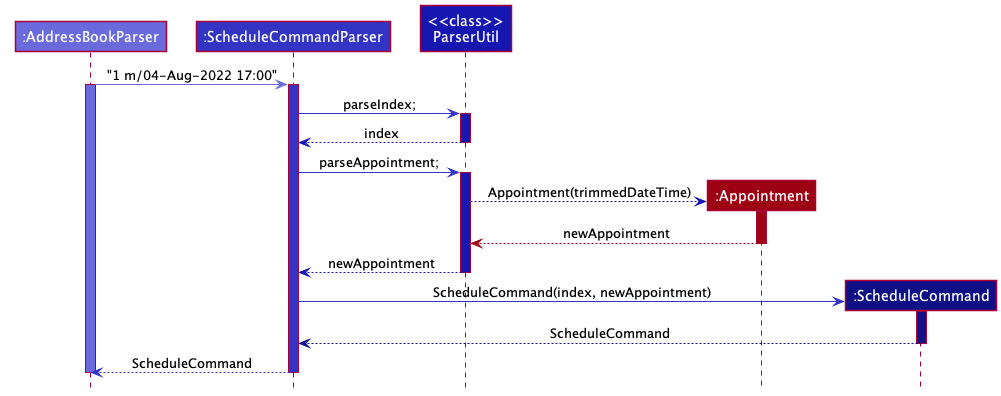
nus-cs2103-AY2122S1/tp keeps this PlantUML diagram as docs/images/ScheduleCommandParserSequenceDiagram.png. Above is the earlier version.
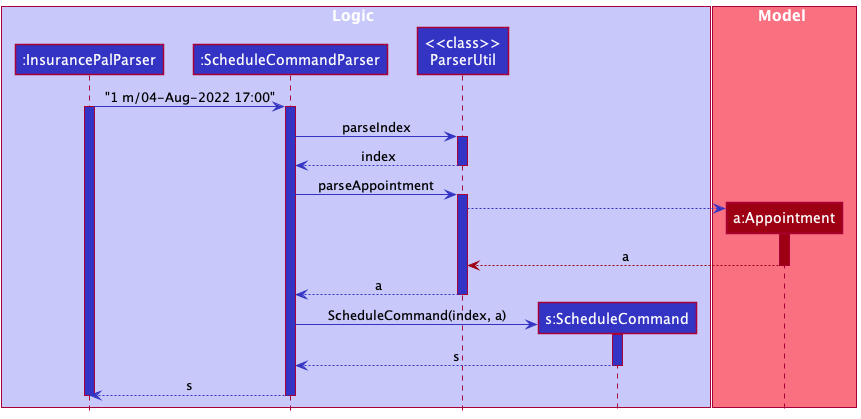
Later version of the same file.

Change to the diagram source:
```diff
@@ -1,45 +1,50 @@
 @startuml
 !include style.puml
 
-Participant ":AddressBookParser" as addressBookParser LOGIC_COLOR_T2
+box Logic LOGIC_COLOR_T1
+Participant ":InsurancePalParser" as insurancePalParser LOGIC_COLOR
 Participant ":ScheduleCommandParser" as scheduleCommandParser LOGIC_COLOR
-Participant "<<class>>\nParserUtil" as util LOGIC_COLOR_T3
-Participant ":Appointment" as appointment MODEL_COLOR
-Participant ":ScheduleCommand" as command LOGIC_COLOR_T4
+Participant "<<class>>\nParserUtil" as util LOGIC_COLOR
+Participant "s:ScheduleCommand" as command LOGIC_COLOR
+end box
 
-addressBookParser -[LOGIC_COLOR_T2]> scheduleCommandParser :"1 m/04-Aug-2022 17:00"
-activate addressBookParser LOGIC_COLOR_T2
+box Model MODEL_COLOR_T1
+Participant "a:Appointment" as appointment MODEL_COLOR
+end box
+
+insurancePalParser -[LOGIC_COLOR]> scheduleCommandParser :"1 m/04-Aug-2022 17:00"
+activate insurancePalParser LOGIC_COLOR
 activate scheduleCommandParser LOGIC_COLOR
 
-scheduleCommandParser -[LOGIC_COLOR]> util :parseIndex;
-activate util LOGIC_COLOR_T3
+scheduleCommandParser -[LOGIC_COLOR]> util :parseIndex
+activate util LOGIC_COLOR
 
-util -[LOGIC_COLOR_T3]-> scheduleCommandParser :index
+util -[LOGIC_COLOR]-> scheduleCommandParser :index
 deactivate util
 
-scheduleCommandParser -[LOGIC_COLOR]> util :parseAppointment;
-activate util LOGIC_COLOR_T3
+scheduleCommandParser -[LOGIC_COLOR]> util :parseAppointment
+activate util LOGIC_COLOR
 
 create appointment
-util -[LOGIC_COLOR_T3]-> appointment: Appointment(trimmedDateTime)
+util -[LOGIC_COLOR]-> appointment:
 activate appointment MODEL_COLOR
 
-appointment -[MODEL_COLOR]-> util :newAppointment
+appointment -[MODEL_COLOR]-> util :a
 deactivate appointment
 
-util -[LOGIC_COLOR_T3]-> scheduleCommandParser :newAppointment
+util -[LOGIC_COLOR]-> scheduleCommandParser :a
 deactivate util
 
 create command
-scheduleCommandParser -[LOGIC_COLOR]> command :ScheduleCommand(index, newAppointment)
-activate command LOGIC_COLOR_T4
+scheduleCommandParser -[LOGIC_COLOR]> command :ScheduleCommand(index, a)
+activate command LOGIC_COLOR
 
-command -[LOGIC_COLOR_T4]-> scheduleCommandParser :ScheduleCommand
+command -[LOGIC_COLOR]-> scheduleCommandParser :s
 deactivate command
 
-scheduleCommandParser -[LOGIC_COLOR]-> addressBookParser :ScheduleCommand
+scheduleCommandParser -[LOGIC_COLOR]-> insurancePalParser :s
 deactivate scheduleCommandParser
 
-deactivate addressBookParser
+deactivate insurancePalParser
 
 @enduml
```
